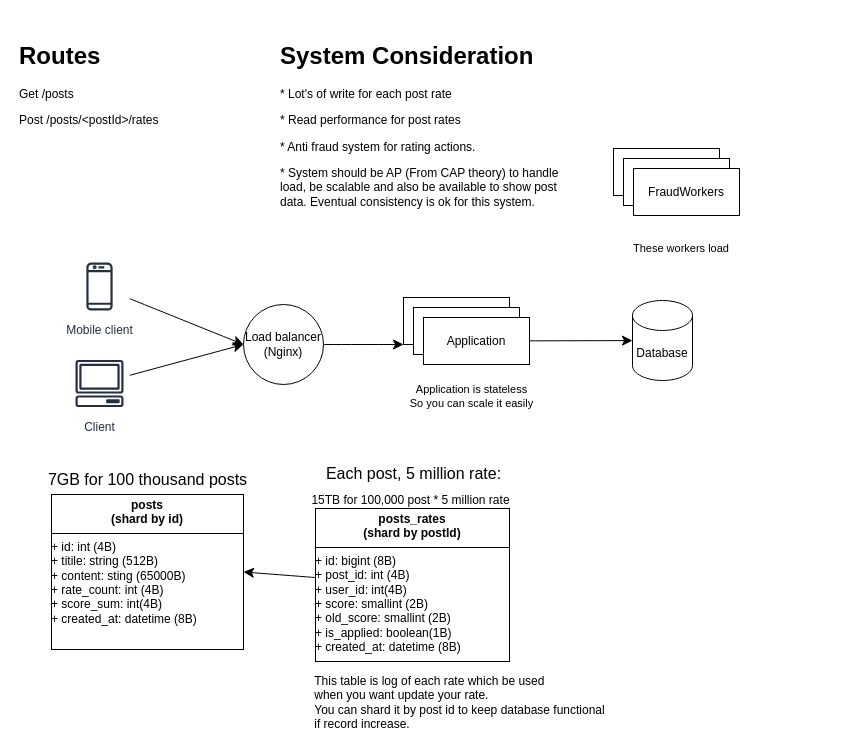
Before: BitPin.drawio in aminkt/interview-python-post-rating, a draw.io diagram. Source tidied: cells renumbered, new cells numbered last; positions are measured from the earlier drawing's top-left corner, leaving out a move shared by most shapes. Both pictures are drawn from the tidied source at 100%, with x=0, y=0 at pixel (17, 35).
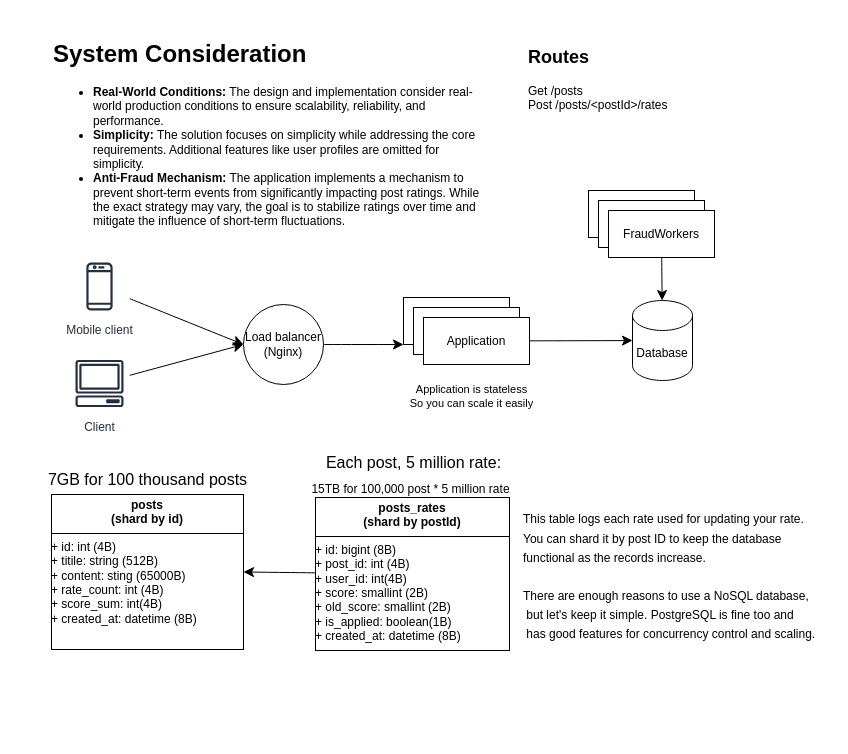
After the change.

The change refers to these unchanged cells:
```xml
<mxCell id="15" value="Database" style="shape=cylinder3;whiteSpace=wrap;html=1;boundedLbl=1;backgroundOutline=1;size=15;" parent="1" vertex="1">
  <mxGeometry x="615" y="265" width="60" height="80" as="geometry" />
</mxCell>
<mxCell id="27" value="FraudWorkers" style="rounded=0;whiteSpace=wrap;html=1;" parent="24" vertex="1">
  <mxGeometry x="23" y="20" width="106" height="47" as="geometry" />
</mxCell>
```

What changed in the source:
```diff
@@
-    <mxCell id="2" value="&lt;h1 style=&quot;margin-top: 0px;&quot;&gt;Routes&lt;/h1&gt;&lt;p&gt;Get /posts&lt;/p&gt;&lt;p&gt;Post /posts/&amp;lt;postId&amp;gt;/rates&lt;/p&gt;" style="text;html=1;whiteSpace=wrap;overflow=hidden;rounded=0;" parent="1" vertex="1">
-      <mxGeometry width="180" height="120" as="geometry" />
+    <mxCell id="2" value="&lt;h2 style=&quot;margin-top: 0px;&quot;&gt;Routes&lt;/h2&gt;&lt;p&gt;Get /posts&lt;br&gt;&lt;span style=&quot;background-color: initial;&quot;&gt;Post /posts/&amp;lt;postId&amp;gt;/rates&lt;/span&gt;&lt;/p&gt;" style="text;html=1;whiteSpace=wrap;overflow=hidden;rounded=0;" parent="1" vertex="1">
+      <mxGeometry x="509" y="5" width="180" height="120" as="geometry" />
     </mxCell>
@@
-    <mxCell id="7" value="&lt;h1 style=&quot;margin-top: 0px;&quot;&gt;System Consideration&lt;/h1&gt;&lt;p&gt;* Lot's of write for each post rate&lt;/p&gt;&lt;p&gt;* Read performance for post rates&lt;/p&gt;&lt;p&gt;* Anti fraud system for rating actions.&lt;br&gt;&lt;/p&gt;&lt;p&gt;* System should be AP (From CAP theory) to handle load, be scalable and also be available to show post data. Eventual consistency is ok for this system.&lt;/p&gt;&lt;p&gt;&lt;br&gt;&lt;/p&gt;" style="text;html=1;whiteSpace=wrap;overflow=hidden;rounded=0;" parent="1" vertex="1">
-      <mxGeometry x="261" width="302" height="178" as="geometry" />
-    </mxCell>
@@
     <mxCell id="19" value="&lt;p style=&quot;margin:0px;margin-top:4px;text-align:center;&quot;&gt;&lt;b&gt;posts_rates&lt;br&gt;(shard by postId)&lt;/b&gt;&lt;/p&gt;&lt;hr size=&quot;1&quot; style=&quot;border-style:solid;&quot;&gt;&lt;div style=&quot;height:2px;&quot;&gt;+ id: bigint (8B)&lt;br&gt;+ post_id: int (4B)&lt;br&gt;+ user_id: int(4B)&lt;br&gt;+ score: smallint (2B)&lt;br&gt;+ old_score: smallint (2B)&lt;br&gt;+ is_applied: boolean(1B)&lt;br&gt;&lt;div style=&quot;height: 2px;&quot;&gt;+ created_at: datetime (8B)&lt;br&gt;&lt;/div&gt;&lt;div&gt;&lt;br&gt;&lt;/div&gt;&lt;/div&gt;" style="verticalAlign=top;align=left;overflow=fill;html=1;whiteSpace=wrap;" parent="1" vertex="1">
-      <mxGeometry x="298" y="473" width="194" height="153" as="geometry" />
+      <mxGeometry x="298" y="462" width="194" height="153" as="geometry" />
     </mxCell>
@@
     <mxCell id="21" value="Each post, 5 million rate:&lt;div&gt;&lt;br&gt;&lt;/div&gt;" style="text;html=1;align=center;verticalAlign=middle;strokeColor=none;fillColor=none;fontSize=16;" parent="1" vertex="1">
-      <mxGeometry x="299" y="423" width="193" height="50" as="geometry" />
+      <mxGeometry x="299" y="412" width="193" height="50" as="geometry" />
     </mxCell>
     <mxCell id="22" value="&lt;div&gt;&lt;font style=&quot;font-size: 12px;&quot;&gt;15TB for 100,000 post * 5 million rate&lt;/font&gt;&lt;/div&gt;" style="text;html=1;align=center;verticalAlign=middle;strokeColor=none;fillColor=none;fontSize=16;" parent="1" vertex="1">
-      <mxGeometry x="285" y="447" width="216" height="31" as="geometry" />
+      <mxGeometry x="285" y="436" width="216" height="31" as="geometry" />
     </mxCell>
-    <mxCell id="23" value="&lt;div style=&quot;text-align: left; font-size: 12px;&quot;&gt;&lt;span style=&quot;background-color: initial;&quot;&gt;This table is log of each rate which be used&lt;br&gt;when you want update your rate.&lt;br&gt;&lt;/span&gt;You can shard it by post id to keep database functional&lt;br&gt;if record increase.&lt;br&gt;&lt;/div&gt;" style="text;html=1;align=center;verticalAlign=middle;strokeColor=none;fillColor=none;fontSize=16;" parent="1" vertex="1">
-      <mxGeometry x="288" y="632" width="308" height="70" as="geometry" />
+    <mxCell id="23" value="&lt;div style=&quot;&quot;&gt;&lt;div style=&quot;&quot;&gt;&lt;span style=&quot;font-size: 12px;&quot;&gt;This table logs each rate used for updating your rate.&lt;/span&gt;&lt;/div&gt;&lt;div style=&quot;&quot;&gt;&lt;span style=&quot;font-size: 12px;&quot;&gt;You can shard it by post ID to keep the database &lt;br&gt;functional as the records increase.&lt;/span&gt;&lt;/div&gt;&lt;div style=&quot;&quot;&gt;&lt;span style=&quot;font-size: 12px;&quot;&gt;&lt;br&gt;&lt;/span&gt;&lt;/div&gt;&lt;div style=&quot;&quot;&gt;&lt;span style=&quot;font-size: 12px;&quot;&gt;There are enough reasons to use a NoSQL database,&lt;br&gt;&amp;nbsp;but let's keep it simple. PostgreSQL is fine too and&lt;br&gt;&amp;nbsp;has good features for concurrency control and scaling.&lt;/span&gt;&lt;/div&gt;&lt;/div&gt;" style="text;html=1;align=left;verticalAlign=middle;strokeColor=none;fillColor=none;fontSize=16;" parent="1" vertex="1">
+      <mxGeometry x="504" y="467" width="310" height="146" as="geometry" />
     </mxCell>
     <mxCell id="24" style="group;" parent="1" vertex="1">
-      <mxGeometry x="593" y="113" width="142" height="118" as="geometry" />
+      <mxGeometry x="568" y="155" width="142" height="118" as="geometry" />
     </mxCell>
@@
-    <mxCell id="28" value="These workers load&amp;nbsp;" style="text;html=1;align=center;verticalAlign=middle;strokeColor=none;fillColor=none;fontSize=11;" parent="24" vertex="1">
-      <mxGeometry x="13" y="87" width="117" height="25" as="geometry" />
-    </mxCell>
+    <mxCell id="29" style="edgeStyle=none;curved=1;rounded=0;jettySize=auto;html=1;fontSize=12;startSize=8;endSize=8;" parent="1" edge="1" source="27" target="15">
+      <mxGeometry relative="1" as="geometry" />
+    </mxCell>
+    <mxCell id="30" value="&lt;h1&gt;System Consideration&lt;/h1&gt;&lt;h1 style=&quot;margin-top: 0px;&quot;&gt;&lt;ul style=&quot;font-size: 12px;&quot;&gt;&lt;li style=&quot;&quot;&gt;Real-World Conditions:&lt;span style=&quot;font-weight: 400;&quot;&gt; The design and implementation consider real-world production conditions to ensure scalability, reliability, and performance.&lt;/span&gt;&lt;/li&gt;&lt;li style=&quot;&quot;&gt;Simplicity: &lt;span style=&quot;font-weight: 400;&quot;&gt;The solution focuses on simplicity while addressing the core requirements. Additional features like user profiles are omitted for simplicity.&lt;/span&gt;&lt;/li&gt;&lt;li style=&quot;&quot;&gt;Anti-Fraud Mechanism:&lt;span style=&quot;font-weight: 400;&quot;&gt; The application implements a mechanism to prevent short-term events from significantly impacting post ratings. While the exact strategy may vary, the goal is to stabilize ratings over time and mitigate the influence of short-term fluctuations.&lt;/span&gt;&lt;/li&gt;&lt;/ul&gt;&lt;/h1&gt;" style="text;html=1;whiteSpace=wrap;overflow=hidden;rounded=0;" parent="1" vertex="1">
+      <mxGeometry x="34" y="-18" width="440" height="222" as="geometry" />
+    </mxCell>
```
